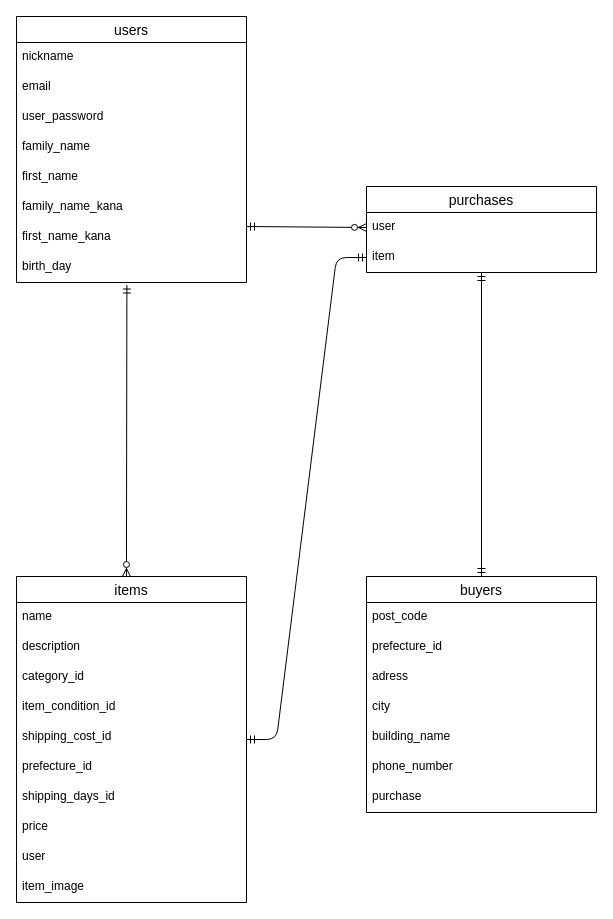
Above: test.dio in daisen-you/furima-37337 (draw.io), before the change. Source tidied: cells renumbered, new cells numbered last; positions are measured from the earlier drawing's top-left corner, leaving out a move shared by most shapes. Both pictures are drawn from the tidied source at 100%, with x=0, y=0 at pixel (16, 16).
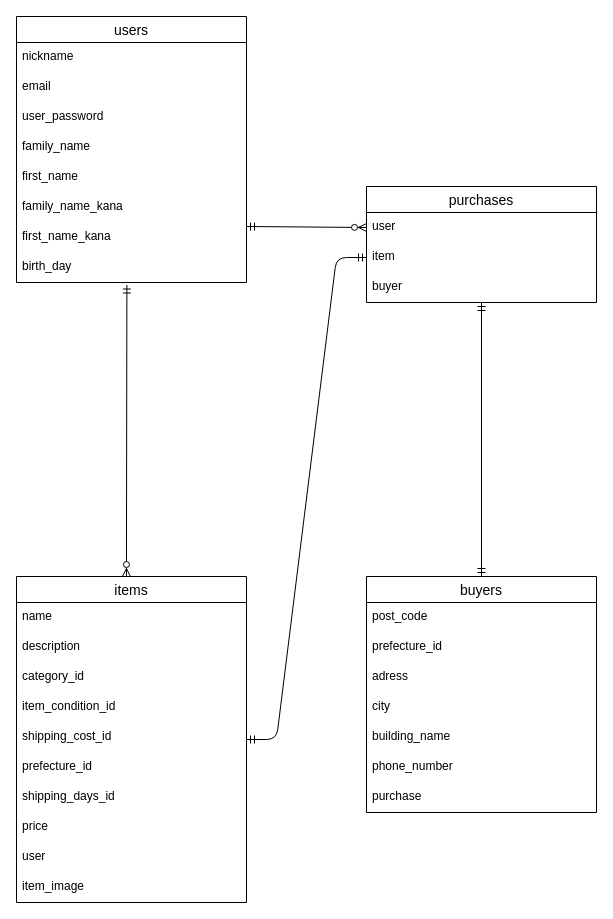
Above is the later version.

Commit message (it also covers changes not shown here):
READMEの修正３回目

The edit, as a diff of the source:
```diff
@@
     <mxCell id="31" value="purchases" style="swimlane;fontStyle=0;horizontal=1;startSize=26;align=center;fontSize=14;" parent="1" vertex="1">
-      <mxGeometry x="350" y="170" width="230" height="86" as="geometry" />
+      <mxGeometry x="350" y="170" width="230" height="116" as="geometry" />
     </mxCell>
@@
+    <mxCell id="37" value="buyer" style="text;strokeColor=none;fillColor=none;spacingLeft=4;spacingRight=4;overflow=hidden;fontSize=12;" parent="31" vertex="1">
+      <mxGeometry y="86" width="230" height="30" as="geometry" />
+    </mxCell>
```
